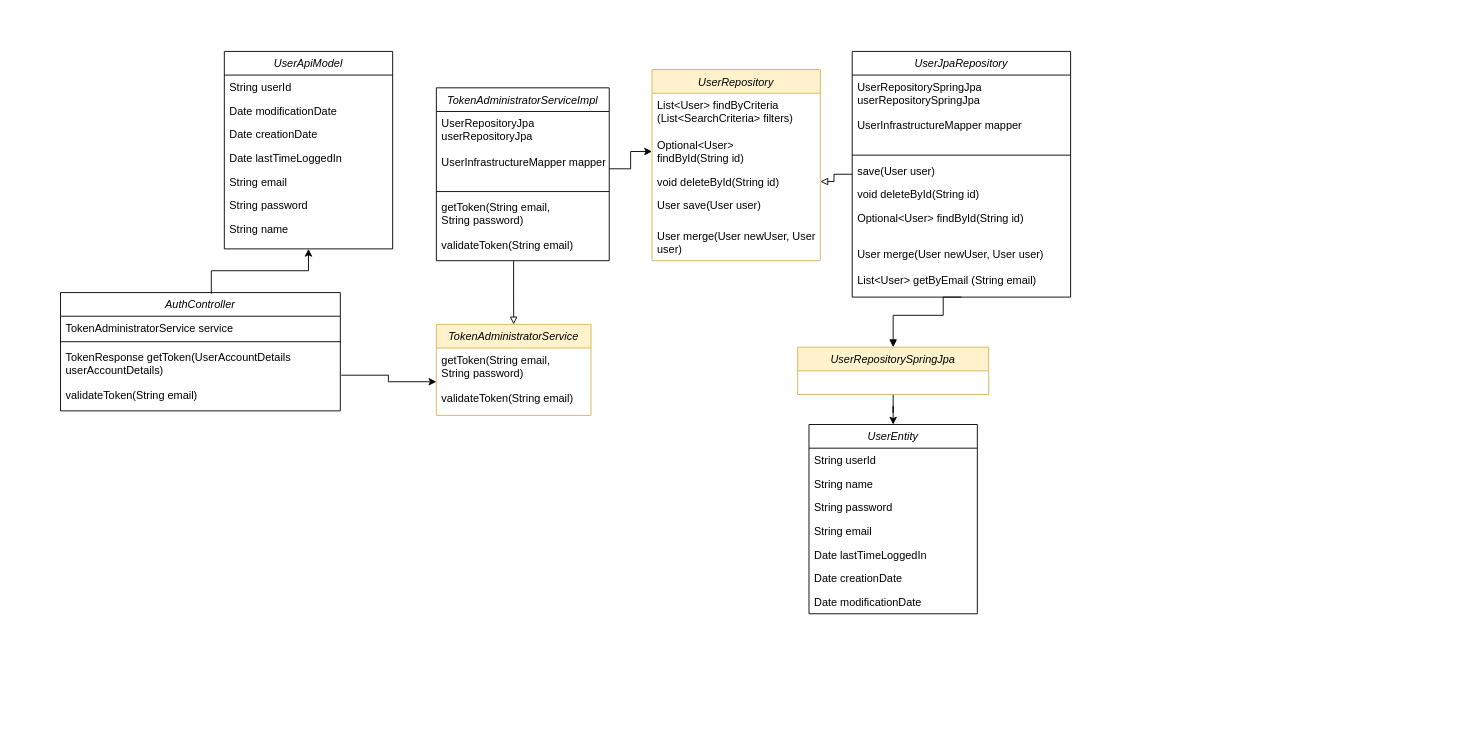
GesPymes/gespyme-documentation keeps this draw.io diagram as diagrams/auth-microservice-class-diagram-auth-operation.drawio. Above is the earlier version. Source tidied: cells renumbered, new cells numbered last; positions are measured from the earlier drawing's top-left corner, leaving out a move shared by most shapes. Both pictures are drawn from the tidied source at 91%, with x=0, y=0 at pixel (60, 51).
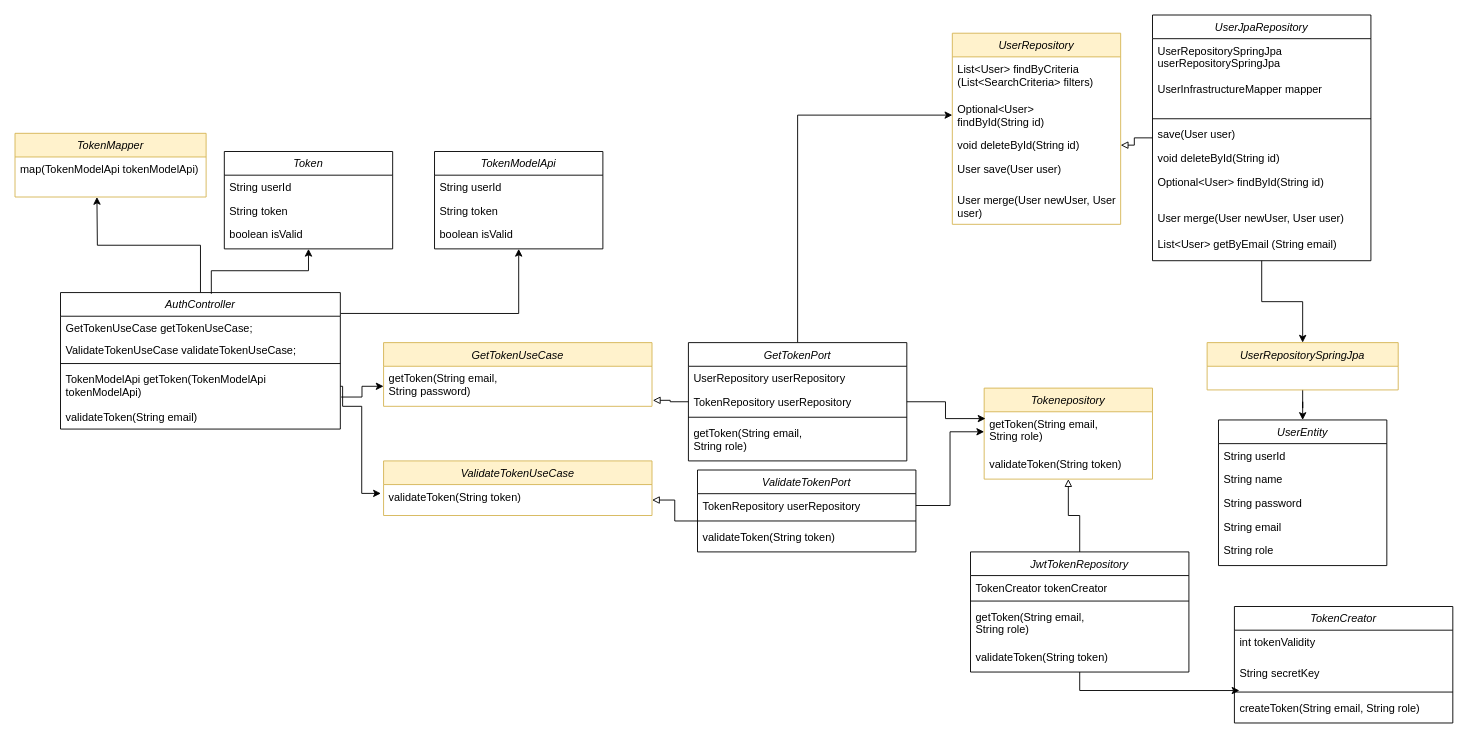
The same diagram, later.

The change refers to these unchanged cells:
```xml
<mxCell id="26" value="Optional&lt;User&gt; &#10;findById(String id)" style="text;align=left;verticalAlign=top;spacingLeft=4;spacingRight=4;overflow=hidden;points=[[0,0.5],[1,0.5]];portConstraint=eastwest;fillColor=none;" parent="24" vertex="1">
  <mxGeometry y="70" width="185" height="40" as="geometry" />
</mxCell>
<mxCell id="27" value="void deleteById(String id)" style="text;align=left;verticalAlign=top;spacingLeft=4;spacingRight=4;overflow=hidden;points=[[0,0.5],[1,0.5]];portConstraint=eastwest;fillColor=none;" parent="24" vertex="1">
  <mxGeometry y="110" width="185" height="26" as="geometry" />
</mxCell>
```

Diff of the diagram source:
```diff
@@
-    <mxCell id="2" value="TokenAdministratorService" style="swimlane;fontStyle=2;align=center;verticalAlign=top;horizontal=1;startSize=26;rounded=0;shadow=0;strokeWidth=1;fillColor=#fff2cc;strokeColor=#d6b656;" parent="1" vertex="1">
-      <mxGeometry x="413" y="300" width="170" height="100" as="geometry" />
-    </mxCell>
-    <mxCell id="3" value="getToken(String email, &#10;String password)&#10;&#10;validateToken(String email)" style="text;align=left;verticalAlign=top;spacingLeft=4;spacingRight=4;overflow=hidden;points=[[0,0.5],[1,0.5]];portConstraint=eastwest;" parent="2" vertex="1">
-      <mxGeometry y="26" width="170" height="74" as="geometry" />
-    </mxCell>
-    <mxCell id="4" value="TokenAdministratorServiceImpl" style="swimlane;fontStyle=2;align=center;verticalAlign=top;horizontal=1;startSize=26;rounded=0;shadow=0;strokeWidth=1;" parent="1" vertex="1">
-      <mxGeometry x="413" y="40" width="190" height="190" as="geometry" />
-    </mxCell>
-    <mxCell id="5" value="UserRepositoryJpa &#10;userRepositoryJpa" style="text;align=left;verticalAlign=top;spacingLeft=4;spacingRight=4;overflow=hidden;fillColor=none;" parent="4" vertex="1">
-      <mxGeometry y="26" width="190" height="42" as="geometry" />
-    </mxCell>
-    <mxCell id="6" value="UserInfrastructureMapper mapper" style="text;align=left;verticalAlign=top;spacingLeft=4;spacingRight=4;overflow=hidden;points=[[0,0.5],[1,0.5]];portConstraint=eastwest;fillColor=none;" parent="4" vertex="1">
-      <mxGeometry y="68" width="190" height="42" as="geometry" />
-    </mxCell>
-    <mxCell id="7" style="line;html=1;strokeWidth=1;align=left;verticalAlign=middle;spacingTop=-1;spacingLeft=3;spacingRight=3;labelPosition=right;" parent="4" vertex="1">
-      <mxGeometry y="110" width="190" height="8" as="geometry" />
-    </mxCell>
-    <mxCell id="8" value="getToken(String email, &#10;String password)&#10;&#10;validateToken(String email)" style="text;align=left;verticalAlign=top;spacingLeft=4;spacingRight=4;overflow=hidden;points=[[0,0.5],[1,0.5]];portConstraint=eastwest;" parent="4" vertex="1">
-      <mxGeometry y="118" width="190" height="72" as="geometry" />
-    </mxCell>
+    <mxCell id="53" style="edgeStyle=orthogonalEdgeStyle;rounded=0;jettySize=auto;html=1;" parent="1" edge="1" source="9">
+      <mxGeometry relative="1" as="geometry">
+        <mxPoint x="40" y="160" as="targetPoint" />
+      </mxGeometry>
+    </mxCell>
+    <mxCell id="54" style="edgeStyle=orthogonalEdgeStyle;rounded=0;jettySize=auto;html=1;entryX=0.5;entryY=1;entryDx=0;entryDy=0;exitX=1.001;exitY=0.153;exitDx=0;exitDy=0;exitPerimeter=0;" parent="1" edge="1" source="9" target="90">
+      <mxGeometry relative="1" as="geometry" />
+    </mxCell>
     <mxCell id="9" value="AuthController" style="swimlane;fontStyle=2;align=center;verticalAlign=top;horizontal=1;startSize=26;rounded=0;shadow=0;strokeWidth=1;" parent="1" vertex="1">
-      <mxGeometry y="265" width="307.5" height="130" as="geometry" />
+      <mxGeometry y="265" width="307.5" height="150" as="geometry" />
     </mxCell>
-    <mxCell id="10" value="TokenAdministratorService service" style="text;align=left;verticalAlign=top;spacingLeft=4;spacingRight=4;overflow=hidden;fillColor=none;" parent="9" vertex="1">
+    <mxCell id="10" value="GetTokenUseCase getTokenUseCase;" style="text;align=left;verticalAlign=top;spacingLeft=4;spacingRight=4;overflow=hidden;fillColor=none;" parent="9" vertex="1">
       <mxGeometry y="26" width="307.5" height="24" as="geometry" />
     </mxCell>
+    <mxCell id="55" value="ValidateTokenUseCase validateTokenUseCase;" style="text;align=left;verticalAlign=top;spacingLeft=4;spacingRight=4;overflow=hidden;fillColor=none;" parent="9" vertex="1">
+      <mxGeometry y="50" width="307.5" height="24" as="geometry" />
+    </mxCell>
     <mxCell id="11" style="line;html=1;strokeWidth=1;align=left;verticalAlign=middle;spacingTop=-1;spacingLeft=3;spacingRight=3;labelPosition=right;" parent="9" vertex="1">
-      <mxGeometry y="50" width="307.5" height="8" as="geometry" />
+      <mxGeometry y="74" width="307.5" height="8" as="geometry" />
     </mxCell>
-    <mxCell id="12" value="TokenResponse getToken(UserAccountDetails &#10;userAccountDetails)" style="text;align=left;verticalAlign=top;spacingLeft=4;spacingRight=4;overflow=hidden;points=[[0,0.5],[1,0.5]];portConstraint=eastwest;" parent="9" vertex="1">
-      <mxGeometry y="58" width="307.5" height="42" as="geometry" />
+    <mxCell id="12" value="TokenModelApi getToken(TokenModelApi&#10;tokenModelApi)" style="text;align=left;verticalAlign=top;spacingLeft=4;spacingRight=4;overflow=hidden;points=[[0,0.5],[1,0.5]];portConstraint=eastwest;" parent="9" vertex="1">
+      <mxGeometry y="82" width="307.5" height="42" as="geometry" />
     </mxCell>
     <mxCell id="13" value="validateToken(String email)" style="text;align=left;verticalAlign=top;spacingLeft=4;spacingRight=4;overflow=hidden;fillColor=none;" parent="9" vertex="1">
-      <mxGeometry y="100" width="307.5" height="26" as="geometry" />
+      <mxGeometry y="124" width="307.5" height="26" as="geometry" />
     </mxCell>
@@
-    <mxCell id="16" value="UserApiModel" style="swimlane;fontStyle=2;align=center;verticalAlign=top;horizontal=1;startSize=26;rounded=0;shadow=0;strokeWidth=1;" parent="1" vertex="1">
-      <mxGeometry x="180" width="185" height="217" as="geometry" />
+    <mxCell id="16" value="Token" style="swimlane;fontStyle=2;align=center;verticalAlign=top;horizontal=1;startSize=26;rounded=0;shadow=0;strokeWidth=1;" parent="1" vertex="1">
+      <mxGeometry x="180" y="110" width="185" height="107" as="geometry" />
     </mxCell>
@@
-    <mxCell id="18" value="Date modificationDate" style="text;align=left;verticalAlign=top;spacingLeft=4;spacingRight=4;overflow=hidden;" parent="16" vertex="1">
-      <mxGeometry y="52" width="185" height="26" as="geometry" />
-    </mxCell>
-    <mxCell id="19" value="Date creationDate" style="text;align=left;verticalAlign=top;spacingLeft=4;spacingRight=4;overflow=hidden;" parent="16" vertex="1">
-      <mxGeometry y="78" width="185" height="26" as="geometry" />
-    </mxCell>
-    <mxCell id="20" value="Date lastTimeLoggedIn" style="text;align=left;verticalAlign=top;spacingLeft=4;spacingRight=4;overflow=hidden;" parent="16" vertex="1">
-      <mxGeometry y="104" width="185" height="26" as="geometry" />
-    </mxCell>
-    <mxCell id="21" value="String email" style="text;align=left;verticalAlign=top;spacingLeft=4;spacingRight=4;overflow=hidden;" parent="16" vertex="1">
-      <mxGeometry y="130" width="185" height="26" as="geometry" />
+    <mxCell id="21" value="String token" style="text;align=left;verticalAlign=top;spacingLeft=4;spacingRight=4;overflow=hidden;" parent="16" vertex="1">
+      <mxGeometry y="52" width="185" height="26" as="geometry" />
     </mxCell>
-    <mxCell id="22" value="String password" style="text;align=left;verticalAlign=top;spacingLeft=4;spacingRight=4;overflow=hidden;" parent="16" vertex="1">
-      <mxGeometry y="156" width="185" height="26" as="geometry" />
+    <mxCell id="22" value="boolean isValid" style="text;align=left;verticalAlign=top;spacingLeft=4;spacingRight=4;overflow=hidden;" parent="16" vertex="1">
+      <mxGeometry y="78" width="185" height="26" as="geometry" />
     </mxCell>
-    <mxCell id="23" value="String name" style="text;align=left;verticalAlign=top;spacingLeft=4;spacingRight=4;overflow=hidden;" parent="16" vertex="1">
-      <mxGeometry y="182" width="185" height="26" as="geometry" />
-    </mxCell>
     <mxCell id="24" value="UserRepository" style="swimlane;fontStyle=2;align=center;verticalAlign=top;horizontal=1;startSize=26;rounded=0;shadow=0;strokeWidth=1;fillColor=#fff2cc;strokeColor=#d6b656;" parent="1" vertex="1">
-      <mxGeometry x="650" y="20" width="185" height="210" as="geometry" />
+      <mxGeometry x="980" y="-20" width="185" height="210" as="geometry" />
     </mxCell>
@@
-    <mxCell id="30" style="edgeStyle=orthogonalEdgeStyle;rounded=0;jettySize=auto;html=1;entryX=0.5;entryY=0;entryDx=0;entryDy=0;endArrow=block;endFill=0;exitX=0.447;exitY=1;exitDx=0;exitDy=0;exitPerimeter=0;" parent="1" edge="1" source="8" target="2">
-      <mxGeometry relative="1" as="geometry" />
-    </mxCell>
@@
     <mxCell id="32" value="UserRepositorySpringJpa" style="swimlane;fontStyle=2;align=center;verticalAlign=top;horizontal=1;startSize=26;rounded=0;shadow=0;strokeWidth=1;fillColor=#fff2cc;strokeColor=#d6b656;" parent="1" vertex="1">
-      <mxGeometry x="810" y="325" width="210" height="52" as="geometry" />
+      <mxGeometry x="1260" y="320" width="210" height="52" as="geometry" />
     </mxCell>
+    <mxCell id="34" style="edgeStyle=orthogonalEdgeStyle;rounded=0;jettySize=auto;html=1;entryX=1;entryY=0.5;entryDx=0;entryDy=0;endArrow=block;endFill=0;" parent="1" edge="1" source="35" target="27">
+      <mxGeometry relative="1" as="geometry" />
+    </mxCell>
-    <mxCell id="33" style="edgeStyle=orthogonalEdgeStyle;rounded=0;jettySize=auto;html=1;entryX=0.5;entryY=0;entryDx=0;entryDy=0;endArrow=block;endFill=1;exitX=0.5;exitY=1;exitDx=0;exitDy=0;" parent="1" edge="1" source="35" target="32">
-      <mxGeometry relative="1" as="geometry">
-        <Array as="points">
-          <mxPoint x="970" y="290" />
-          <mxPoint x="915" y="290" />
-        </Array>
-      </mxGeometry>
+    <mxCell id="33" style="edgeStyle=orthogonalEdgeStyle;rounded=0;jettySize=auto;html=1;entryX=0.5;entryY=0;entryDx=0;entryDy=0;" parent="1" edge="1" source="35" target="32">
+      <mxGeometry relative="1" as="geometry" />
     </mxCell>
-    <mxCell id="34" style="edgeStyle=orthogonalEdgeStyle;rounded=0;jettySize=auto;html=1;entryX=1;entryY=0.5;entryDx=0;entryDy=0;endArrow=block;endFill=0;" parent="1" edge="1" source="35" target="27">
-      <mxGeometry relative="1" as="geometry" />
-    </mxCell>
     <mxCell id="35" value="UserJpaRepository" style="swimlane;fontStyle=2;align=center;verticalAlign=top;horizontal=1;startSize=26;rounded=0;shadow=0;strokeWidth=1;" parent="1" vertex="1">
-      <mxGeometry x="870" width="240" height="270" as="geometry" />
+      <mxGeometry x="1200" y="-40" width="240" height="270" as="geometry" />
     </mxCell>
@@
     <mxCell id="44" value="UserEntity" style="swimlane;fontStyle=2;align=center;verticalAlign=top;horizontal=1;startSize=26;rounded=0;shadow=0;strokeWidth=1;" parent="1" vertex="1">
-      <mxGeometry x="822.5" y="410" width="185" height="208" as="geometry" />
+      <mxGeometry x="1272.5" y="405" width="185" height="160" as="geometry" />
     </mxCell>
@@
-    <mxCell id="49" value="Date lastTimeLoggedIn" style="text;align=left;verticalAlign=top;spacingLeft=4;spacingRight=4;overflow=hidden;" parent="44" vertex="1">
-      <mxGeometry y="130" width="185" height="26" as="geometry" />
-    </mxCell>
-    <mxCell id="50" value="Date creationDate" style="text;align=left;verticalAlign=top;spacingLeft=4;spacingRight=4;overflow=hidden;" parent="44" vertex="1">
-      <mxGeometry y="156" width="185" height="26" as="geometry" />
-    </mxCell>
-    <mxCell id="51" value="Date modificationDate" style="text;align=left;verticalAlign=top;spacingLeft=4;spacingRight=4;overflow=hidden;" parent="44" vertex="1">
-      <mxGeometry y="182" width="185" height="26" as="geometry" />
-    </mxCell>
+    <mxCell id="56" value="String role" style="text;align=left;verticalAlign=top;spacingLeft=4;spacingRight=4;overflow=hidden;" parent="44" vertex="1">
+      <mxGeometry y="130" width="185" height="26" as="geometry" />
+    </mxCell>
-    <mxCell id="52" style="edgeStyle=orthogonalEdgeStyle;rounded=0;jettySize=auto;html=1;entryX=0;entryY=0.5;entryDx=0;entryDy=0;" parent="1" edge="1" source="6" target="26">
+    <mxCell id="52" style="edgeStyle=orthogonalEdgeStyle;rounded=0;jettySize=auto;html=1;entryX=0;entryY=0.5;entryDx=0;entryDy=0;exitX=0.5;exitY=0;exitDx=0;exitDy=0;" parent="1" edge="1" source="60" target="26">
       <mxGeometry relative="1" as="geometry" />
     </mxCell>
+    <mxCell id="57" value="GetTokenUseCase" style="swimlane;fontStyle=2;align=center;verticalAlign=top;horizontal=1;startSize=26;rounded=0;shadow=0;strokeWidth=1;fillColor=#fff2cc;strokeColor=#d6b656;" parent="1" vertex="1">
+      <mxGeometry x="355" y="320" width="295" height="70" as="geometry" />
+    </mxCell>
+    <mxCell id="3" value="getToken(String email, &#10;String password)" style="text;align=left;verticalAlign=top;spacingLeft=4;spacingRight=4;overflow=hidden;points=[[0,0.5],[1,0.5]];portConstraint=eastwest;" parent="57" vertex="1">
+      <mxGeometry y="26" width="295" height="44" as="geometry" />
+    </mxCell>
+    <mxCell id="58" value="ValidateTokenUseCase" style="swimlane;fontStyle=2;align=center;verticalAlign=top;horizontal=1;startSize=26;rounded=0;shadow=0;strokeWidth=1;fillColor=#fff2cc;strokeColor=#d6b656;" parent="1" vertex="1">
+      <mxGeometry x="355" y="450" width="295" height="60" as="geometry" />
+    </mxCell>
+    <mxCell id="59" value="validateToken(String token)" style="text;align=left;verticalAlign=top;spacingLeft=4;spacingRight=4;overflow=hidden;points=[[0,0.5],[1,0.5]];portConstraint=eastwest;" parent="58" vertex="1">
+      <mxGeometry y="26" width="295" height="34" as="geometry" />
+    </mxCell>
+    <mxCell id="60" value="GetTokenPort" style="swimlane;fontStyle=2;align=center;verticalAlign=top;horizontal=1;startSize=26;rounded=0;shadow=0;strokeWidth=1;" parent="1" vertex="1">
+      <mxGeometry x="690" y="320" width="240" height="130" as="geometry" />
+    </mxCell>
+    <mxCell id="61" value="UserRepository userRepository" style="text;align=left;verticalAlign=top;spacingLeft=4;spacingRight=4;overflow=hidden;" parent="60" vertex="1">
+      <mxGeometry y="26" width="240" height="26" as="geometry" />
+    </mxCell>
+    <mxCell id="62" value="TokenRepository userRepository" style="text;align=left;verticalAlign=top;spacingLeft=4;spacingRight=4;overflow=hidden;points=[[0,0.5],[1,0.5]];portConstraint=eastwest;" parent="60" vertex="1">
+      <mxGeometry y="52" width="240" height="26" as="geometry" />
+    </mxCell>
+    <mxCell id="63" style="line;html=1;strokeWidth=1;align=left;verticalAlign=middle;spacingTop=-1;spacingLeft=3;spacingRight=3;labelPosition=right;" parent="60" vertex="1">
+      <mxGeometry y="78" width="240" height="8" as="geometry" />
+    </mxCell>
+    <mxCell id="64" value="getToken(String email, &#10;String role)" style="text;align=left;verticalAlign=top;spacingLeft=4;spacingRight=4;overflow=hidden;" parent="60" vertex="1">
+      <mxGeometry y="86" width="240" height="44" as="geometry" />
+    </mxCell>
+    <mxCell id="65" style="edgeStyle=orthogonalEdgeStyle;rounded=0;jettySize=auto;html=1;entryX=1.003;entryY=0.851;entryDx=0;entryDy=0;entryPerimeter=0;endArrow=block;endFill=0;" parent="1" edge="1" source="62" target="3">
+      <mxGeometry relative="1" as="geometry" />
+    </mxCell>
+    <mxCell id="66" value="ValidateTokenPort" style="swimlane;fontStyle=2;align=center;verticalAlign=top;horizontal=1;startSize=26;rounded=0;shadow=0;strokeWidth=1;" parent="1" vertex="1">
+      <mxGeometry x="700" y="460" width="240" height="90" as="geometry" />
+    </mxCell>
+    <mxCell id="67" value="TokenRepository userRepository" style="text;align=left;verticalAlign=top;spacingLeft=4;spacingRight=4;overflow=hidden;points=[[0,0.5],[1,0.5]];portConstraint=eastwest;" parent="66" vertex="1">
+      <mxGeometry y="26" width="240" height="26" as="geometry" />
+    </mxCell>
+    <mxCell id="68" style="line;html=1;strokeWidth=1;align=left;verticalAlign=middle;spacingTop=-1;spacingLeft=3;spacingRight=3;labelPosition=right;points=[];portConstraint=eastwest;" parent="66" vertex="1">
+      <mxGeometry y="52" width="240" height="8" as="geometry" />
+    </mxCell>
+    <mxCell id="69" value="validateToken(String token)" style="text;align=left;verticalAlign=top;spacingLeft=4;spacingRight=4;overflow=hidden;" parent="66" vertex="1">
+      <mxGeometry y="60" width="240" height="30" as="geometry" />
+    </mxCell>
+    <mxCell id="70" style="edgeStyle=orthogonalEdgeStyle;rounded=0;jettySize=auto;html=1;entryX=1;entryY=0.5;entryDx=0;entryDy=0;endArrow=block;endFill=0;" parent="1" edge="1" source="68" target="59">
+      <mxGeometry relative="1" as="geometry" />
+    </mxCell>
+    <mxCell id="71" value="Tokenepository" style="swimlane;fontStyle=2;align=center;verticalAlign=top;horizontal=1;startSize=26;rounded=0;shadow=0;strokeWidth=1;fillColor=#fff2cc;strokeColor=#d6b656;" parent="1" vertex="1">
+      <mxGeometry x="1015" y="370" width="185" height="100" as="geometry" />
+    </mxCell>
+    <mxCell id="72" value="getToken(String email, &#10;String role)" style="text;align=left;verticalAlign=top;spacingLeft=4;spacingRight=4;overflow=hidden;points=[[0,0.5],[1,0.5]];portConstraint=eastwest;" parent="71" vertex="1">
+      <mxGeometry y="26" width="185" height="44" as="geometry" />
+    </mxCell>
+    <mxCell id="73" value="validateToken(String token)" style="text;align=left;verticalAlign=top;spacingLeft=4;spacingRight=4;overflow=hidden;" parent="71" vertex="1">
+      <mxGeometry y="70" width="185" height="30" as="geometry" />
+    </mxCell>
+    <mxCell id="74" value="JwtTokenRepository" style="swimlane;fontStyle=2;align=center;verticalAlign=top;horizontal=1;startSize=26;rounded=0;shadow=0;strokeWidth=1;" parent="1" vertex="1">
+      <mxGeometry x="1000" y="550" width="240" height="132" as="geometry" />
+    </mxCell>
+    <mxCell id="75" value="TokenCreator tokenCreator" style="text;align=left;verticalAlign=top;spacingLeft=4;spacingRight=4;overflow=hidden;fillColor=none;" parent="74" vertex="1">
+      <mxGeometry y="26" width="240" height="24" as="geometry" />
+    </mxCell>
+    <mxCell id="76" style="line;html=1;strokeWidth=1;align=left;verticalAlign=middle;spacingTop=-1;spacingLeft=3;spacingRight=3;labelPosition=right;" parent="74" vertex="1">
+      <mxGeometry y="50" width="240" height="8" as="geometry" />
+    </mxCell>
+    <mxCell id="77" value="getToken(String email, &#10;String role)" style="text;align=left;verticalAlign=top;spacingLeft=4;spacingRight=4;overflow=hidden;" parent="74" vertex="1">
+      <mxGeometry y="58" width="240" height="44" as="geometry" />
+    </mxCell>
+    <mxCell id="78" value="validateToken(String token)" style="text;align=left;verticalAlign=top;spacingLeft=4;spacingRight=4;overflow=hidden;" parent="74" vertex="1">
+      <mxGeometry y="102" width="240" height="30" as="geometry" />
+    </mxCell>
+    <mxCell id="79" style="edgeStyle=orthogonalEdgeStyle;rounded=0;jettySize=auto;html=1;exitX=1;exitY=0.5;exitDx=0;exitDy=0;entryX=0.008;entryY=0.17;entryDx=0;entryDy=0;entryPerimeter=0;" parent="1" edge="1" source="62" target="72">
+      <mxGeometry relative="1" as="geometry" />
+    </mxCell>
+    <mxCell id="80" style="edgeStyle=orthogonalEdgeStyle;rounded=0;jettySize=auto;html=1;" parent="1" edge="1" source="67" target="72">
+      <mxGeometry relative="1" as="geometry" />
+    </mxCell>
+    <mxCell id="81" style="edgeStyle=orthogonalEdgeStyle;rounded=0;jettySize=auto;html=1;entryX=0.5;entryY=1;entryDx=0;entryDy=0;endArrow=block;endFill=0;" parent="1" edge="1" source="74" target="71">
+      <mxGeometry relative="1" as="geometry" />
+    </mxCell>
+    <mxCell id="82" value="TokenCreator" style="swimlane;fontStyle=2;align=center;verticalAlign=top;horizontal=1;startSize=26;rounded=0;shadow=0;strokeWidth=1;" parent="1" vertex="1">
+      <mxGeometry x="1290" y="610" width="240" height="128" as="geometry" />
+    </mxCell>
+    <mxCell id="83" value="int tokenValidity" style="text;align=left;verticalAlign=top;spacingLeft=4;spacingRight=4;overflow=hidden;fillColor=none;" parent="82" vertex="1">
+      <mxGeometry y="26" width="240" height="34" as="geometry" />
+    </mxCell>
+    <mxCell id="84" value="String secretKey" style="text;align=left;verticalAlign=top;spacingLeft=4;spacingRight=4;overflow=hidden;fillColor=none;" parent="82" vertex="1">
+      <mxGeometry y="60" width="240" height="30" as="geometry" />
+    </mxCell>
+    <mxCell id="85" style="line;html=1;strokeWidth=1;align=left;verticalAlign=middle;spacingTop=-1;spacingLeft=3;spacingRight=3;labelPosition=right;points=[];portConstraint=eastwest;" parent="82" vertex="1">
+      <mxGeometry y="90" width="240" height="8" as="geometry" />
+    </mxCell>
+    <mxCell id="86" value="createToken(String email, String role)" style="text;align=left;verticalAlign=top;spacingLeft=4;spacingRight=4;overflow=hidden;" parent="82" vertex="1">
+      <mxGeometry y="98" width="240" height="30" as="geometry" />
+    </mxCell>
+    <mxCell id="87" style="edgeStyle=orthogonalEdgeStyle;rounded=0;jettySize=auto;html=1;entryX=0.023;entryY=0.293;entryDx=0;entryDy=0;entryPerimeter=0;" parent="1" edge="1" source="74" target="85">
+      <mxGeometry relative="1" as="geometry" />
+    </mxCell>
+    <mxCell id="88" value="TokenMapper" style="swimlane;fontStyle=2;align=center;verticalAlign=top;horizontal=1;startSize=26;rounded=0;shadow=0;strokeWidth=1;fillColor=#fff2cc;strokeColor=#d6b656;" parent="1" vertex="1">
+      <mxGeometry x="-50" y="90" width="210" height="70" as="geometry" />
+    </mxCell>
+    <mxCell id="89" value="map(TokenModelApi tokenModelApi)" style="text;align=left;verticalAlign=top;spacingLeft=4;spacingRight=4;overflow=hidden;" parent="88" vertex="1">
+      <mxGeometry y="26" width="210" height="34" as="geometry" />
+    </mxCell>
+    <mxCell id="90" value="TokenModelApi" style="swimlane;fontStyle=2;align=center;verticalAlign=top;horizontal=1;startSize=26;rounded=0;shadow=0;strokeWidth=1;" parent="1" vertex="1">
+      <mxGeometry x="411" y="110" width="185" height="107" as="geometry" />
+    </mxCell>
+    <mxCell id="91" value="String userId" style="text;align=left;verticalAlign=top;spacingLeft=4;spacingRight=4;overflow=hidden;" parent="90" vertex="1">
+      <mxGeometry y="26" width="185" height="26" as="geometry" />
+    </mxCell>
+    <mxCell id="92" value="String token" style="text;align=left;verticalAlign=top;spacingLeft=4;spacingRight=4;overflow=hidden;" parent="90" vertex="1">
+      <mxGeometry y="52" width="185" height="26" as="geometry" />
+    </mxCell>
+    <mxCell id="93" value="boolean isValid" style="text;align=left;verticalAlign=top;spacingLeft=4;spacingRight=4;overflow=hidden;" parent="90" vertex="1">
+      <mxGeometry y="78" width="185" height="26" as="geometry" />
+    </mxCell>
+    <mxCell id="94" style="edgeStyle=orthogonalEdgeStyle;rounded=0;jettySize=auto;html=1;entryX=-0.01;entryY=0.285;entryDx=0;entryDy=0;entryPerimeter=0;" parent="1" edge="1" source="12" target="59">
+      <mxGeometry relative="1" as="geometry">
+        <Array as="points">
+          <mxPoint x="310" y="368" />
+          <mxPoint x="310" y="390" />
+          <mxPoint x="331" y="390" />
+          <mxPoint x="331" y="486" />
+        </Array>
+      </mxGeometry>
+    </mxCell>
```
